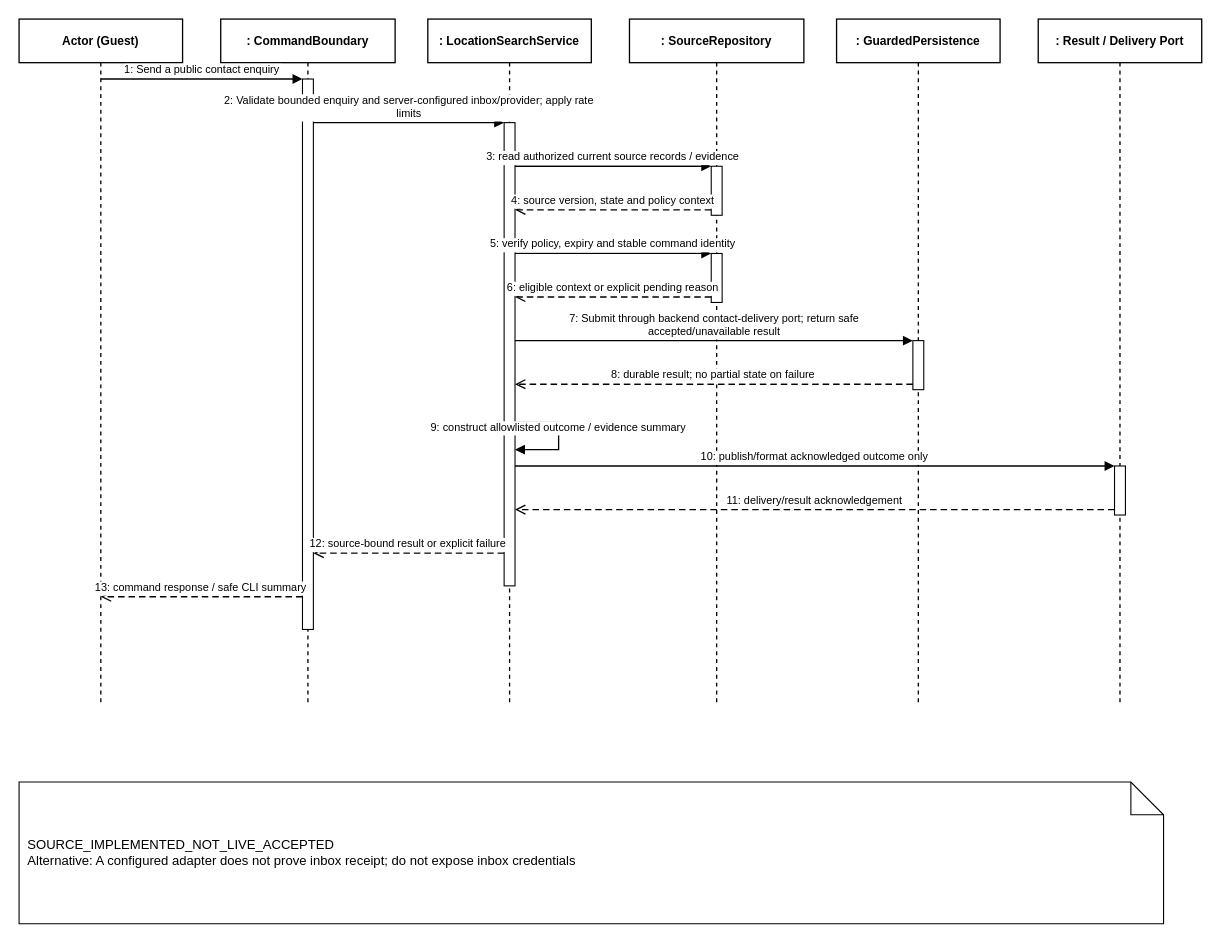
Earlier version of the draw.io diagram doc/reports/report4/sequence/contact-01.drawio (ngocthanhhx7/SEP490_G101_FALL2026). Source tidied: cells renumbered, new cells numbered last; positions are measured from the earlier drawing's top-left corner, leaving out a move shared by most shapes. Both pictures are drawn from the tidied source at 109%, with x=0, y=0 at pixel (19, 19).
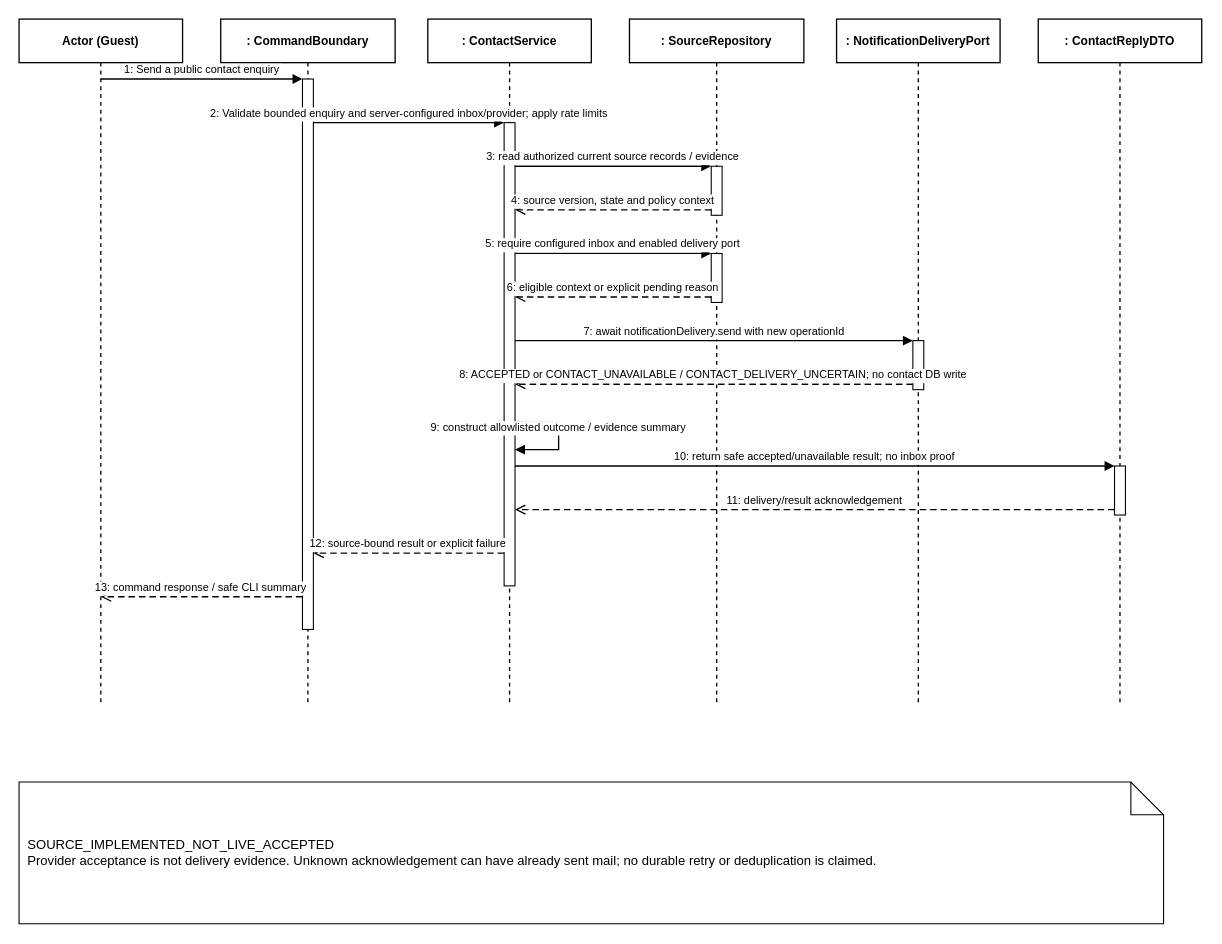
The same page after the edit.

Diff of the diagram source:
```diff
@@
-    <mxCell id="4" value=": LocationSearchService" style="shape=umlLifeline;perimeter=lifelinePerimeter;whiteSpace=wrap;html=0;size=40;fillColor=#FFFFFF;strokeColor=#000000;strokeWidth=1.2;fontStyle=1;fontSize=11;align=center;" parent="1" vertex="1">
+    <mxCell id="4" value=": ContactService" style="shape=umlLifeline;perimeter=lifelinePerimeter;whiteSpace=wrap;html=0;size=40;fillColor=#FFFFFF;strokeColor=#000000;strokeWidth=1.2;fontStyle=1;fontSize=11;align=center;" parent="1" vertex="1">
       <mxGeometry x="375" width="150" height="630" as="geometry" />
     </mxCell>
@@
-    <mxCell id="6" value=": GuardedPersistence" style="shape=umlLifeline;perimeter=lifelinePerimeter;whiteSpace=wrap;html=0;size=40;fillColor=#FFFFFF;strokeColor=#000000;strokeWidth=1.2;fontStyle=1;fontSize=11;align=center;" parent="1" vertex="1">
+    <mxCell id="6" value=": NotificationDeliveryPort" style="shape=umlLifeline;perimeter=lifelinePerimeter;whiteSpace=wrap;html=0;size=40;fillColor=#FFFFFF;strokeColor=#000000;strokeWidth=1.2;fontStyle=1;fontSize=11;align=center;" parent="1" vertex="1">
       <mxGeometry x="750" width="150" height="630" as="geometry" />
     </mxCell>
-    <mxCell id="7" value=": Result / Delivery Port" style="shape=umlLifeline;perimeter=lifelinePerimeter;whiteSpace=wrap;html=0;size=40;fillColor=#FFFFFF;strokeColor=#000000;strokeWidth=1.2;fontStyle=1;fontSize=11;align=center;" parent="1" vertex="1">
+    <mxCell id="7" value=": ContactReplyDTO" style="shape=umlLifeline;perimeter=lifelinePerimeter;whiteSpace=wrap;html=0;size=40;fillColor=#FFFFFF;strokeColor=#000000;strokeWidth=1.2;fontStyle=1;fontSize=11;align=center;" parent="1" vertex="1">
       <mxGeometry x="935" width="150" height="630" as="geometry" />
     </mxCell>
@@
-    <mxCell id="15" value="2: Validate bounded enquiry and server-configured inbox/provider; apply rate&#10;limits" style="html=0;verticalAlign=bottom;endArrow=block;endFill=1;strokeColor=#000000;strokeWidth=1.2;fontSize=10;fontColor=#000000;edgeStyle=orthogonalEdgeStyle;rounded=0;" parent="1" edge="1">
+    <mxCell id="15" value="2: Validate bounded enquiry and server-configured inbox/provider; apply rate limits" style="html=0;verticalAlign=bottom;endArrow=block;endFill=1;strokeColor=#000000;strokeWidth=1.2;fontSize=10;fontColor=#000000;edgeStyle=orthogonalEdgeStyle;rounded=0;" parent="1" edge="1">
       <mxGeometry relative="1" as="geometry">
         <mxPoint x="270" y="95" as="sourcePoint" />
         <mxPoint x="445" y="95" as="targetPoint" />
       </mxGeometry>
     </mxCell>
@@
-    <mxCell id="18" value="5: verify policy, expiry and stable command identity" style="html=0;verticalAlign=bottom;endArrow=block;endFill=1;strokeColor=#000000;strokeWidth=1.2;fontSize=10;fontColor=#000000;edgeStyle=orthogonalEdgeStyle;rounded=0;" parent="1" edge="1">
+    <mxCell id="18" value="5: require configured inbox and enabled delivery port" style="html=0;verticalAlign=bottom;endArrow=block;endFill=1;strokeColor=#000000;strokeWidth=1.2;fontSize=10;fontColor=#000000;edgeStyle=orthogonalEdgeStyle;rounded=0;" parent="1" edge="1">
       <mxGeometry relative="1" as="geometry">
         <mxPoint x="455" y="215" as="sourcePoint" />
         <mxPoint x="635" y="215" as="targetPoint" />
       </mxGeometry>
     </mxCell>
@@
-    <mxCell id="20" value="7: Submit through backend contact-delivery port; return safe&#10;accepted/unavailable result" style="html=0;verticalAlign=bottom;endArrow=block;endFill=1;strokeColor=#000000;strokeWidth=1.2;fontSize=10;fontColor=#000000;edgeStyle=orthogonalEdgeStyle;rounded=0;" parent="1" edge="1">
+    <mxCell id="20" value="7: await notificationDelivery.send with new operationId" style="html=0;verticalAlign=bottom;endArrow=block;endFill=1;strokeColor=#000000;strokeWidth=1.2;fontSize=10;fontColor=#000000;edgeStyle=orthogonalEdgeStyle;rounded=0;" parent="1" edge="1">
       <mxGeometry relative="1" as="geometry">
         <mxPoint x="455" y="295" as="sourcePoint" />
         <mxPoint x="820" y="295" as="targetPoint" />
       </mxGeometry>
     </mxCell>
-    <mxCell id="21" value="8: durable result; no partial state on failure" style="html=0;verticalAlign=bottom;endArrow=open;endSize=7;dashed=1;dashPattern=5 3;strokeColor=#000000;strokeWidth=1.2;fontSize=10;fontColor=#000000;edgeStyle=orthogonalEdgeStyle;rounded=0;" parent="1" edge="1">
+    <mxCell id="21" value="8: ACCEPTED or CONTACT_UNAVAILABLE / CONTACT_DELIVERY_UNCERTAIN; no contact DB write" style="html=0;verticalAlign=bottom;endArrow=open;endSize=7;dashed=1;dashPattern=5 3;strokeColor=#000000;strokeWidth=1.2;fontSize=10;fontColor=#000000;edgeStyle=orthogonalEdgeStyle;rounded=0;" parent="1" edge="1">
       <mxGeometry relative="1" as="geometry">
         <mxPoint x="820" y="335" as="sourcePoint" />
         <mxPoint x="455" y="335" as="targetPoint" />
       </mxGeometry>
     </mxCell>
@@
-    <mxCell id="23" value="10: publish/format acknowledged outcome only" style="html=0;verticalAlign=bottom;endArrow=block;endFill=1;strokeColor=#000000;strokeWidth=1.2;fontSize=10;fontColor=#000000;edgeStyle=orthogonalEdgeStyle;rounded=0;" parent="1" edge="1">
+    <mxCell id="23" value="10: return safe accepted/unavailable result; no inbox proof" style="html=0;verticalAlign=bottom;endArrow=block;endFill=1;strokeColor=#000000;strokeWidth=1.2;fontSize=10;fontColor=#000000;edgeStyle=orthogonalEdgeStyle;rounded=0;" parent="1" edge="1">
       <mxGeometry relative="1" as="geometry">
         <mxPoint x="455" y="410" as="sourcePoint" />
         <mxPoint x="1005" y="410" as="targetPoint" />
       </mxGeometry>
     </mxCell>
@@
-    <mxCell id="27" value="SOURCE_IMPLEMENTED_NOT_LIVE_ACCEPTED&#10;Alternative: A configured adapter does not prove inbox receipt; do not expose inbox credentials" style="shape=note;whiteSpace=wrap;html=0;fontSize=12;align=left;spacing=8;" parent="1" vertex="1">
+    <mxCell id="27" value="SOURCE_IMPLEMENTED_NOT_LIVE_ACCEPTED&#10;Provider acceptance is not delivery evidence. Unknown acknowledgement can have already sent mail; no durable retry or deduplication is claimed." style="shape=note;whiteSpace=wrap;html=0;fontSize=12;align=left;spacing=8;" parent="1" vertex="1">
       <mxGeometry y="700" width="1050" height="130" as="geometry" />
     </mxCell>
```
